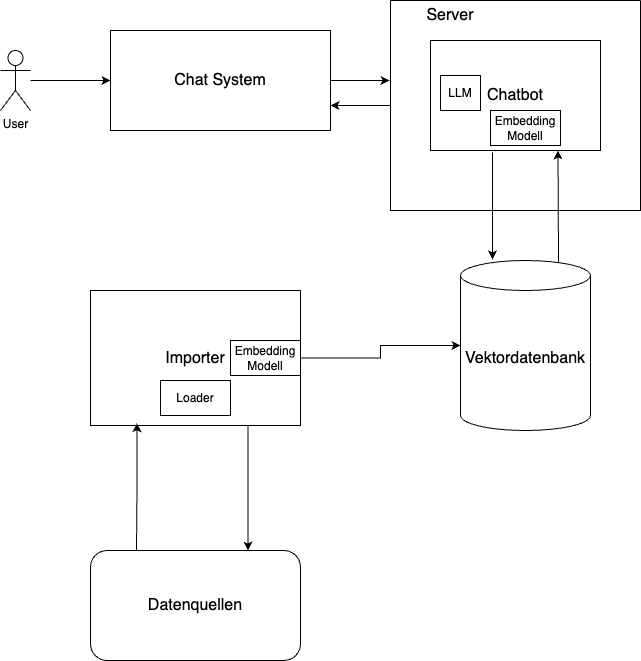
This is thesis/figures/architecture.png from traum3rei/LLM-Chatbot-BA-Arbeit, a draw.io export, as it was before one commit. Source tidied: cells renumbered, new cells last; positions are measured from the earlier drawing's top-left corner, leaving out a move shared by most shapes.
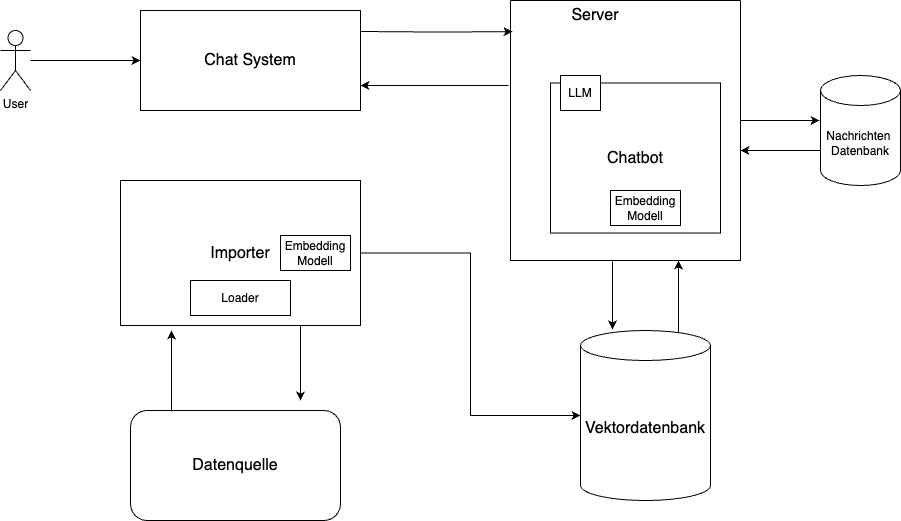
After the commit.

Diff of the diagram source:
```diff
@@ -2,69 +2,86 @@
   <root>
     <mxCell id="0" style="html=1;" />
     <mxCell id="1" style="html=1;" parent="0" />
-    <mxCell id="2" style="rounded=0;jettySize=auto;html=1;exitX=0.754;exitY=0.012;exitDx=0;exitDy=0;exitPerimeter=0;entryX=0.75;entryY=1;entryDx=0;entryDy=0;" parent="1" edge="1" source="3" target="6">
-      <mxGeometry relative="1" as="geometry" />
-    </mxCell>
-    <mxCell id="3" value="Vektordatenbank" style="shape=cylinder3;whiteSpace=wrap;html=1;boundedLbl=1;backgroundOutline=1;size=15;strokeWidth=1;fontSize=16;" parent="1" vertex="1">
-      <mxGeometry x="460" y="260" width="130" height="170" as="geometry" />
-    </mxCell>
-    <mxCell id="4" style="edgeStyle=orthogonalEdgeStyle;rounded=0;jettySize=auto;html=1;exitX=0;exitY=0.5;exitDx=0;exitDy=0;entryX=1;entryY=0.75;entryDx=0;entryDy=0;" parent="1" edge="1" source="5" target="15">
+    <mxCell id="4" style="edgeStyle=orthogonalEdgeStyle;rounded=0;jettySize=auto;html=1;exitX=-0.009;exitY=0.327;exitDx=0;exitDy=0;entryX=1;entryY=0.75;entryDx=0;entryDy=0;exitPerimeter=0;" parent="1" edge="1" source="5" target="15">
       <mxGeometry relative="1" as="geometry" />
     </mxCell>
     <mxCell id="5" style="swimlane;startSize=0;" parent="1" vertex="1">
-      <mxGeometry x="390" width="250" height="210" as="geometry" />
+      <mxGeometry x="550" y="100" width="230" height="260" as="geometry" />
     </mxCell>
     <mxCell id="6" value="&lt;font style=&quot;font-size: 16px;&quot;&gt;Chatbot&lt;/font&gt;" style="rounded=0;whiteSpace=wrap;html=1;" parent="5" vertex="1">
-      <mxGeometry x="40" y="40" width="170" height="110" as="geometry" />
+      <mxGeometry x="40" y="82.5" width="170" height="150" as="geometry" />
     </mxCell>
     <mxCell id="7" value="Server" style="text;html=1;align=center;verticalAlign=middle;whiteSpace=wrap;rounded=0;fontSize=16;" parent="5" vertex="1">
-      <mxGeometry x="30" width="60" height="30" as="geometry" />
+      <mxGeometry x="30" width="110" height="30" as="geometry" />
     </mxCell>
     <mxCell id="8" value="Embedding Modell" style="rounded=0;whiteSpace=wrap;html=1;" parent="5" vertex="1">
-      <mxGeometry x="100" y="110" width="70" height="35" as="geometry" />
+      <mxGeometry x="100" y="190" width="70" height="35" as="geometry" />
     </mxCell>
     <mxCell id="9" value="LLM" style="rounded=0;whiteSpace=wrap;html=1;" parent="5" vertex="1">
       <mxGeometry x="50" y="75" width="40" height="35" as="geometry" />
     </mxCell>
+    <mxCell id="2" style="rounded=0;jettySize=auto;html=1;exitX=0.754;exitY=0.012;exitDx=0;exitDy=0;exitPerimeter=0;" parent="5" edge="1" source="3">
+      <mxGeometry relative="1" as="geometry">
+        <mxPoint x="168" y="260" as="targetPoint" />
+      </mxGeometry>
+    </mxCell>
+    <mxCell id="22" style="endArrow=classic;html=1;rounded=0;entryX=-0.012;entryY=0.409;entryDx=0;entryDy=0;entryPerimeter=0;" parent="5" edge="1" target="23">
+      <mxGeometry relative="1" as="geometry">
+        <mxPoint x="230" y="120" as="sourcePoint" />
+      </mxGeometry>
+    </mxCell>
     <mxCell id="10" style="edgeStyle=orthogonalEdgeStyle;rounded=0;jettySize=auto;html=1;" parent="1" edge="1" source="11" target="15">
       <mxGeometry relative="1" as="geometry" />
     </mxCell>
     <mxCell id="11" value="User&lt;div&gt;&lt;br&gt;&lt;/div&gt;" style="shape=umlActor;verticalLabelPosition=bottom;verticalAlign=top;html=1;outlineConnect=0;" parent="1" vertex="1">
-      <mxGeometry y="50" width="30" height="60" as="geometry" />
+      <mxGeometry x="40" y="130" width="30" height="60" as="geometry" />
     </mxCell>
     <mxCell id="12" style="edgeStyle=orthogonalEdgeStyle;rounded=0;jettySize=auto;html=1;entryX=0;entryY=0.5;entryDx=0;entryDy=0;entryPerimeter=0;" parent="1" edge="1" source="13" target="3">
       <mxGeometry relative="1" as="geometry" />
     </mxCell>
     <mxCell id="13" value="&lt;font style=&quot;font-size: 16px;&quot;&gt;Importer&lt;/font&gt;" style="rounded=0;whiteSpace=wrap;html=1;" parent="1" vertex="1">
-      <mxGeometry x="90" y="290" width="210" height="135" as="geometry" />
+      <mxGeometry x="160" y="280" width="240" height="145" as="geometry" />
     </mxCell>
-    <mxCell id="14" value="&lt;font style=&quot;font-size: 16px;&quot;&gt;Datenquellen&lt;/font&gt;" style="rounded=1;whiteSpace=wrap;html=1;" parent="1" vertex="1">
-      <mxGeometry x="90" y="550" width="210" height="110" as="geometry" />
+    <mxCell id="14" value="&lt;font style=&quot;font-size: 16px;&quot;&gt;Datenquelle&lt;/font&gt;" style="rounded=1;whiteSpace=wrap;html=1;" parent="1" vertex="1">
+      <mxGeometry x="170" y="510" width="210" height="110" as="geometry" />
     </mxCell>
     <mxCell id="15" value="&lt;font style=&quot;font-size: 16px;&quot;&gt;Chat System&lt;/font&gt;" style="rounded=0;whiteSpace=wrap;html=1;" parent="1" vertex="1">
-      <mxGeometry x="110" y="30" width="220" height="100" as="geometry" />
+      <mxGeometry x="180" y="110" width="220" height="100" as="geometry" />
     </mxCell>
-    <mxCell id="16" style="edgeStyle=orthogonalEdgeStyle;rounded=0;jettySize=auto;html=1;exitX=1;exitY=0.5;exitDx=0;exitDy=0;entryX=-0.004;entryY=0.381;entryDx=0;entryDy=0;entryPerimeter=0;" parent="1" edge="1" source="15" target="5">
-      <mxGeometry relative="1" as="geometry" />
+    <mxCell id="16" style="edgeStyle=orthogonalEdgeStyle;rounded=0;jettySize=auto;html=1;entryX=0.009;entryY=0.12;entryDx=0;entryDy=0;entryPerimeter=0;" parent="1" edge="1" target="5">
+      <mxGeometry relative="1" as="geometry">
+        <mxPoint x="400" y="131" as="sourcePoint" />
+      </mxGeometry>
     </mxCell>
-    <mxCell id="17" style="rounded=0;jettySize=auto;html=1;entryX=0.246;entryY=-0.006;entryDx=0;entryDy=0;entryPerimeter=0;" parent="1" edge="1" target="3">
-      <mxGeometry relative="1" as="geometry">
-        <mxPoint x="492" y="152" as="sourcePoint" />
-      </mxGeometry>
-    </mxCell>
-    <mxCell id="18" style="edgeStyle=orthogonalEdgeStyle;rounded=0;jettySize=auto;html=1;entryX=0.221;entryY=0.983;entryDx=0;entryDy=0;entryPerimeter=0;" parent="1" edge="1" target="13">
+    <mxCell id="18" style="edgeStyle=orthogonalEdgeStyle;rounded=0;jettySize=auto;html=1;exitX=0.195;exitY=0.009;exitDx=0;exitDy=0;exitPerimeter=0;" parent="1" edge="1" source="14">
       <mxGeometry relative="1" as="geometry">
-        <mxPoint x="136" y="550" as="sourcePoint" />
+        <mxPoint x="211" y="430" as="targetPoint" />
       </mxGeometry>
     </mxCell>
-    <mxCell id="19" style="edgeStyle=orthogonalEdgeStyle;rounded=0;jettySize=auto;html=1;exitX=0.75;exitY=1;exitDx=0;exitDy=0;entryX=0.75;entryY=0;entryDx=0;entryDy=0;" parent="1" edge="1" source="13" target="14">
-      <mxGeometry relative="1" as="geometry" />
+    <mxCell id="19" style="edgeStyle=orthogonalEdgeStyle;rounded=0;jettySize=auto;html=1;exitX=0.75;exitY=1;exitDx=0;exitDy=0;" parent="1" edge="1" source="13">
+      <mxGeometry relative="1" as="geometry">
+        <mxPoint x="340" y="500" as="targetPoint" />
+      </mxGeometry>
     </mxCell>
     <mxCell id="20" value="Loader" style="rounded=0;whiteSpace=wrap;html=1;" parent="1" vertex="1">
-      <mxGeometry x="160" y="380" width="70" height="35" as="geometry" />
+      <mxGeometry x="230" y="380" width="100" height="35" as="geometry" />
     </mxCell>
     <mxCell id="21" value="Embedding Modell" style="rounded=0;whiteSpace=wrap;html=1;" parent="1" vertex="1">
-      <mxGeometry x="230" y="340" width="70" height="35" as="geometry" />
+      <mxGeometry x="320" y="335" width="70" height="35" as="geometry" />
     </mxCell>
+    <mxCell id="3" value="Vektordatenbank" style="shape=cylinder3;whiteSpace=wrap;html=1;boundedLbl=1;backgroundOutline=1;size=15;strokeWidth=1;fontSize=16;" parent="1" vertex="1">
+      <mxGeometry x="620" y="430" width="130" height="170" as="geometry" />
+    </mxCell>
+    <mxCell id="17" style="rounded=0;jettySize=auto;html=1;entryX=0.246;entryY=-0.006;entryDx=0;entryDy=0;entryPerimeter=0;exitX=0.443;exitY=1.004;exitDx=0;exitDy=0;exitPerimeter=0;" parent="1" edge="1" source="5" target="3">
+      <mxGeometry relative="1" as="geometry" />
+    </mxCell>
+    <mxCell id="23" value="Nachrichten&amp;nbsp;&lt;div&gt;Datenbank&lt;/div&gt;" style="shape=cylinder3;whiteSpace=wrap;html=1;boundedLbl=1;backgroundOutline=1;size=15;" parent="1" vertex="1">
+      <mxGeometry x="860" y="175" width="80" height="110" as="geometry" />
+    </mxCell>
+    <mxCell id="24" style="endArrow=classic;html=1;rounded=0;exitX=0;exitY=0;exitDx=0;exitDy=75;exitPerimeter=0;" parent="1" edge="1" source="23">
+      <mxGeometry relative="1" as="geometry">
+        <mxPoint x="780" y="250" as="targetPoint" />
+      </mxGeometry>
+    </mxCell>
   </root>
 </mxGraphModel>
```
